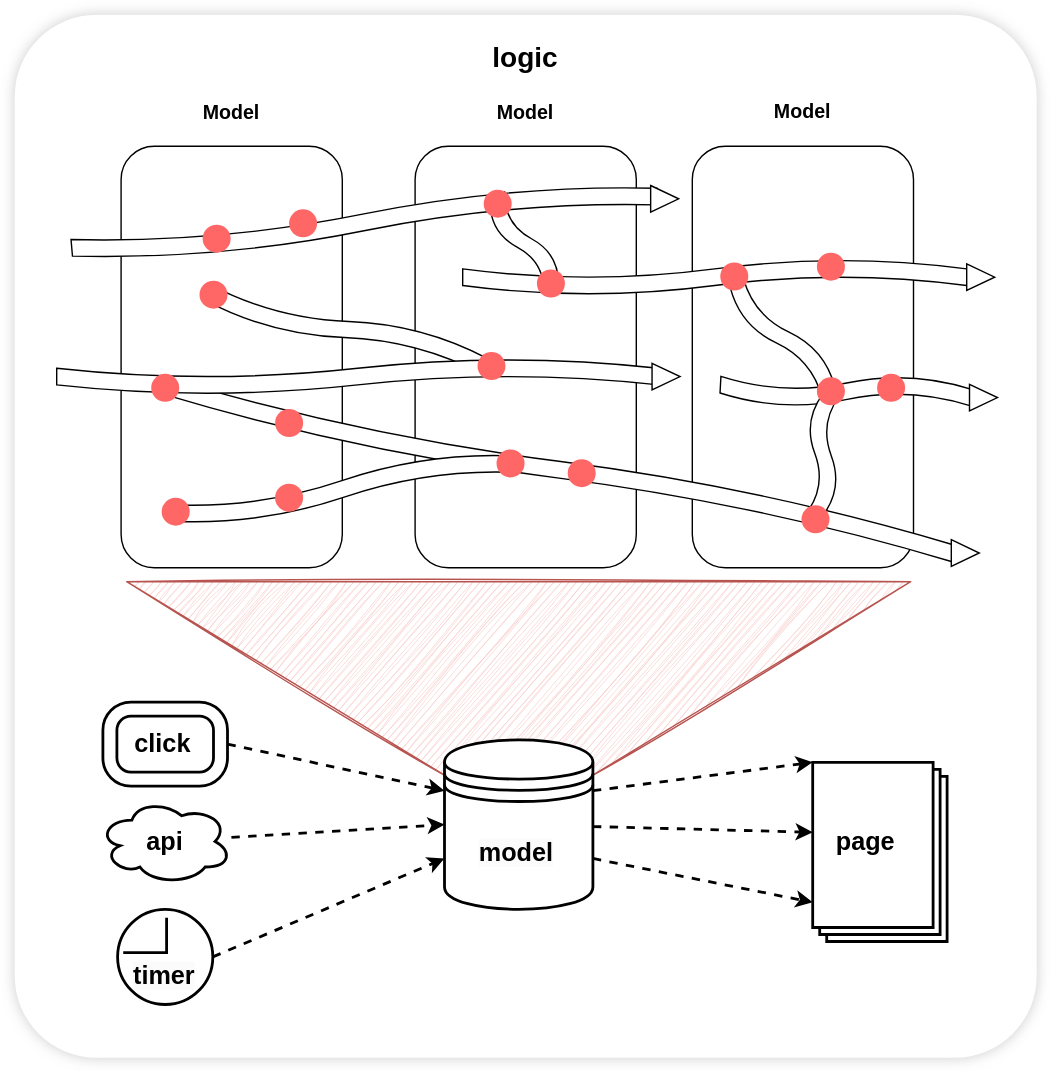
fluthjs/fluth-vue keeps this draw.io diagram as packages/public/logic-stream.drawio.svg. Above is the earlier version. Source tidied: cells renumbered, new cells last; positions are measured from the earlier drawing's top-left corner, leaving out a move shared by most shapes.
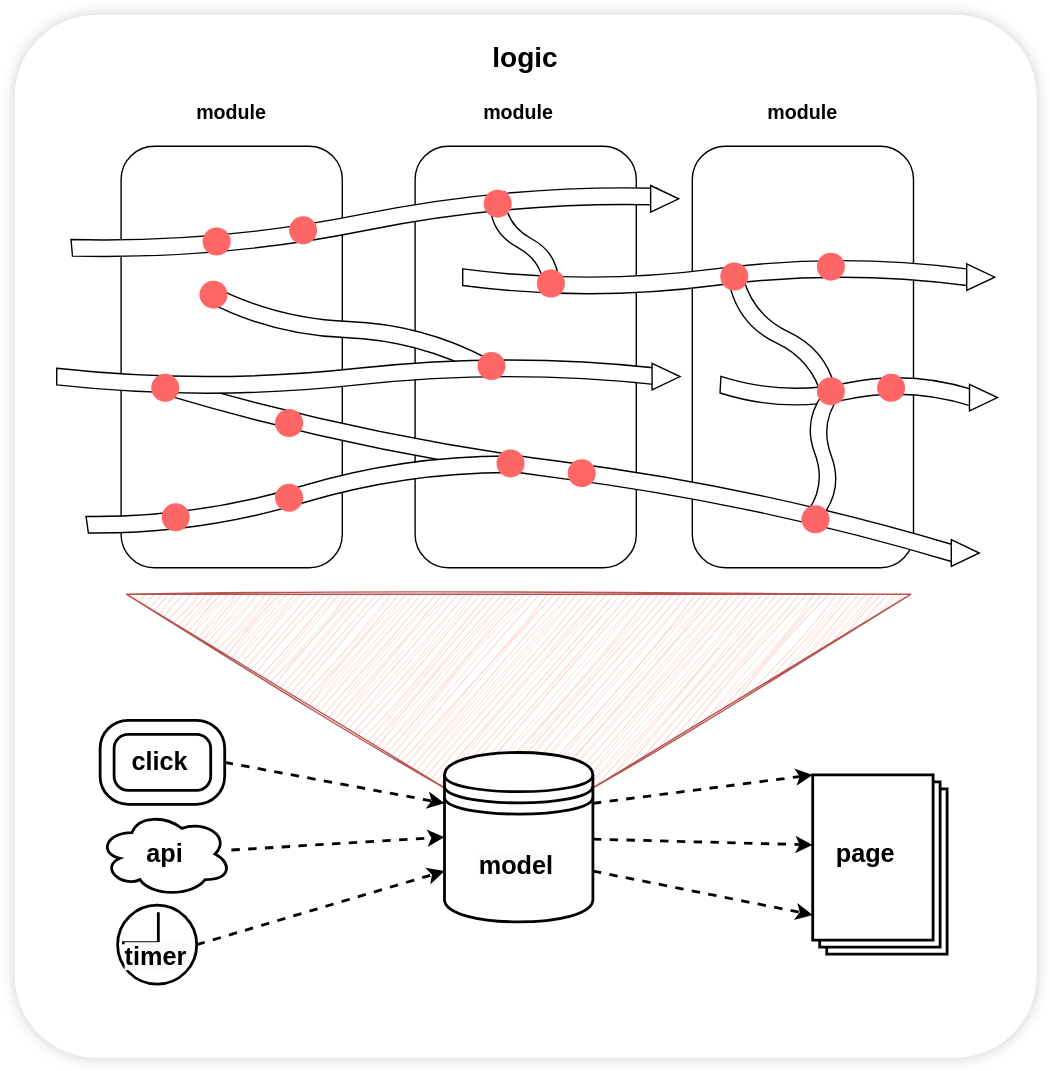
The same diagram one commit later.

Change to the diagram source:
```diff
@@ -8,14 +8,14 @@
     <mxCell id="3" value="&lt;font style=&quot;font-size: 20px;&quot;&gt;&lt;b&gt;logic&lt;/b&gt;&lt;/font&gt;" style="text;html=1;align=center;verticalAlign=middle;whiteSpace=wrap;rounded=0;fontFamily=Helvetica;fontSize=11;fontColor=default;labelBackgroundColor=default;" parent="1" vertex="1">
       <mxGeometry x="335" y="15" width="60" height="30" as="geometry" />
     </mxCell>
-    <mxCell id="4" value="&lt;b&gt;&lt;font style=&quot;font-size: 14px;&quot;&gt;Model&lt;/font&gt;&lt;/b&gt;" style="text;html=1;align=center;verticalAlign=middle;whiteSpace=wrap;rounded=0;" parent="1" vertex="1">
+    <mxCell id="4" value="&lt;b&gt;&lt;font style=&quot;font-size: 14px;&quot;&gt;module&lt;/font&gt;&lt;/b&gt;" style="text;html=1;align=center;verticalAlign=middle;whiteSpace=wrap;rounded=0;" parent="1" vertex="1">
       <mxGeometry x="125" y="55" width="60" height="30" as="geometry" />
     </mxCell>
-    <mxCell id="5" value="&lt;b&gt;&lt;font style=&quot;font-size: 14px;&quot;&gt;Model&lt;/font&gt;&lt;/b&gt;" style="text;html=1;align=center;verticalAlign=middle;whiteSpace=wrap;rounded=0;" parent="1" vertex="1">
-      <mxGeometry x="335" y="55" width="60" height="30" as="geometry" />
+    <mxCell id="5" value="&lt;b&gt;&lt;font style=&quot;font-size: 14px;&quot;&gt;module&lt;/font&gt;&lt;/b&gt;" style="text;html=1;align=center;verticalAlign=middle;whiteSpace=wrap;rounded=0;" parent="1" vertex="1">
+      <mxGeometry x="330" y="55" width="60" height="30" as="geometry" />
     </mxCell>
-    <mxCell id="6" value="&lt;b&gt;&lt;font style=&quot;font-size: 14px;&quot;&gt;Model&lt;/font&gt;&lt;/b&gt;" style="text;html=1;align=center;verticalAlign=middle;whiteSpace=wrap;rounded=0;" parent="1" vertex="1">
-      <mxGeometry x="533" y="54" width="60" height="30" as="geometry" />
+    <mxCell id="6" value="&lt;b&gt;&lt;font style=&quot;font-size: 14px;&quot;&gt;module&lt;/font&gt;&lt;/b&gt;" style="text;html=1;align=center;verticalAlign=middle;whiteSpace=wrap;rounded=0;" parent="1" vertex="1">
+      <mxGeometry x="533" y="55" width="60" height="30" as="geometry" />
     </mxCell>
     <mxCell id="7" style="rounded=1;whiteSpace=wrap;html=1;" parent="1" vertex="1">
       <mxGeometry x="484" y="94" width="158" height="301" as="geometry" />
@@ -30,13 +30,13 @@
       <mxGeometry x="100.4" y="312.5" width="576.8" height="25" as="geometry" />
     </mxCell>
     <mxCell id="11" style="shape=tape;whiteSpace=wrap;html=1;strokeWidth=1;size=0.525;rotation=352;" parent="1" vertex="1">
-      <mxGeometry x="110.1" y="326.1" width="249.9" height="25" as="geometry" />
+      <mxGeometry x="50.3" y="330.2" width="310.1" height="25" as="geometry" />
     </mxCell>
     <mxCell id="12" style="shape=waypoint;sketch=0;fillStyle=solid;size=6;fillColor=none;perimeter=centerPerimeter;strokeWidth=8;strokeColor=#FF6666;" parent="1" vertex="1">
       <mxGeometry x="344.2" y="310.5" width="20" height="20" as="geometry" />
     </mxCell>
     <mxCell id="13" style="shape=waypoint;sketch=0;fillStyle=solid;size=6;fillColor=none;perimeter=centerPerimeter;strokeWidth=8;strokeColor=#FF6666;" parent="1" vertex="1">
-      <mxGeometry x="105" y="345" width="20" height="20" as="geometry" />
+      <mxGeometry x="105" y="349" width="20" height="20" as="geometry" />
     </mxCell>
     <mxCell id="14" style="triangle;whiteSpace=wrap;html=1;" parent="1" vertex="1">
       <mxGeometry x="669" y="375" width="20" height="19" as="geometry" />
@@ -48,7 +48,7 @@
       <mxGeometry x="40" y="135.7" width="420" height="25" as="geometry" />
     </mxCell>
     <mxCell id="17" style="shape=waypoint;sketch=0;fillStyle=solid;size=6;fillColor=none;perimeter=centerPerimeter;strokeWidth=8;strokeColor=#FF6666;" parent="1" vertex="1">
-      <mxGeometry x="134.2" y="150" width="20" height="20" as="geometry" />
+      <mxGeometry x="134.2" y="152" width="20" height="20" as="geometry" />
     </mxCell>
     <mxCell id="18" style="shape=tape;whiteSpace=wrap;html=1;strokeWidth=1;size=0.525;" parent="1" vertex="1">
       <mxGeometry x="320" y="175" width="360" height="25" as="geometry" />
@@ -93,7 +93,7 @@
       <mxGeometry x="562" y="350.4" width="20" height="20" as="geometry" />
     </mxCell>
     <mxCell id="32" style="shape=waypoint;sketch=0;fillStyle=solid;size=6;fillColor=none;perimeter=centerPerimeter;strokeWidth=8;strokeColor=#FF6666;" parent="1" vertex="1">
-      <mxGeometry x="196" y="139" width="20" height="20" as="geometry" />
+      <mxGeometry x="196" y="144" width="20" height="20" as="geometry" />
     </mxCell>
     <mxCell id="33" style="shape=waypoint;sketch=0;fillStyle=solid;size=6;fillColor=none;perimeter=centerPerimeter;strokeWidth=8;strokeColor=#FF6666;" parent="1" vertex="1">
       <mxGeometry x="186" y="281.6" width="20" height="20" as="geometry" />
@@ -132,7 +132,7 @@
       <mxGeometry relative="1" as="geometry" />
     </mxCell>
     <mxCell id="45" value="&lt;font&gt;api&lt;/font&gt;" style="ellipse;shape=cloud;whiteSpace=wrap;html=1;strokeWidth=2;fontSize=18;fontStyle=1;" parent="1" vertex="1">
-      <mxGeometry x="60" y="560" width="95" height="61" as="geometry" />
+      <mxGeometry x="60" y="569" width="95" height="61" as="geometry" />
     </mxCell>
     <mxCell id="46" style="edgeStyle=none;html=1;exitX=1;exitY=0.3;exitDx=0;exitDy=0;entryX=0;entryY=0;entryDx=0;entryDy=0;entryPerimeter=0;strokeWidth=2;dashed=1;fontSize=18;fontStyle=1;" parent="1" edge="1" source="63" target="57">
       <mxGeometry relative="1" as="geometry" />
@@ -144,19 +144,19 @@
       <mxGeometry relative="1" as="geometry" />
     </mxCell>
     <mxCell id="49" style="group;strokeWidth=2;" parent="1" vertex="1">
-      <mxGeometry x="73.5" y="639" width="68" height="68" as="geometry" />
+      <mxGeometry x="73.5" y="636" width="56.5" height="59" as="geometry" />
     </mxCell>
     <mxCell id="50" style="ellipse;whiteSpace=wrap;html=1;strokeWidth=2;fontSize=18;fillColor=none;fontStyle=1;" parent="49" vertex="1">
-      <mxGeometry width="68" height="68" as="geometry" />
+      <mxGeometry width="56.5" height="56.5" as="geometry" />
     </mxCell>
     <mxCell id="51" style="shape=partialRectangle;whiteSpace=wrap;html=1;bottom=0;right=0;fillColor=none;rotation=-180;strokeWidth=2;fontSize=18;fontStyle=1;" parent="49" vertex="1">
-      <mxGeometry x="5" y="7" width="30" height="24" as="geometry" />
+      <mxGeometry x="4.2" y="6.1" width="24.9" height="20.8" as="geometry" />
     </mxCell>
     <mxCell id="52" value="&lt;span style=&quot;color: rgb(0, 0, 0); font-family: Helvetica; font-style: normal; font-variant-ligatures: normal; font-variant-caps: normal; letter-spacing: normal; orphans: 2; text-align: center; text-indent: 0px; text-transform: none; widows: 2; word-spacing: 0px; -webkit-text-stroke-width: 0px; white-space: normal; background-color: rgb(251, 251, 251); text-decoration-thickness: initial; text-decoration-style: initial; text-decoration-color: initial; float: none; display: inline !important;&quot;&gt;timer&lt;/span&gt;" style="text;whiteSpace=wrap;html=1;fillColor=none;fontSize=18;fontStyle=1;strokeWidth=2;" parent="49" vertex="1">
-      <mxGeometry x="9.5" y="31" width="55" height="29" as="geometry" />
+      <mxGeometry x="3.9" y="19.9" width="45.7" height="25.2" as="geometry" />
     </mxCell>
     <mxCell id="53" style="group;strokeWidth=2;" parent="1" vertex="1">
-      <mxGeometry x="63" y="491" width="89" height="60" as="geometry" />
+      <mxGeometry x="61" y="504" width="89" height="60" as="geometry" />
     </mxCell>
     <mxCell id="54" style="verticalLabelPosition=bottom;verticalAlign=top;html=1;shape=mxgraph.basic.rounded_frame;dx=10;whiteSpace=wrap;strokeWidth=2;fontSize=18;fontStyle=1;" parent="53" vertex="1">
       <mxGeometry width="89" height="60" as="geometry" />
@@ -165,7 +165,7 @@
       <mxGeometry x="12.5" y="15" width="60" height="30" as="geometry" />
     </mxCell>
     <mxCell id="56" style="group;strokeWidth=2;" parent="1" vertex="1">
-      <mxGeometry x="570" y="534" width="96" height="128" as="geometry" />
+      <mxGeometry x="570" y="543" width="96" height="128" as="geometry" />
     </mxCell>
     <mxCell id="57" style="verticalLabelPosition=bottom;verticalAlign=top;html=1;shape=mxgraph.basic.layered_rect;dx=10;outlineConnect=0;whiteSpace=wrap;strokeWidth=2;fontSize=18;fontStyle=1;" parent="56" vertex="1">
       <mxGeometry width="96" height="128" as="geometry" />
@@ -174,10 +174,10 @@
       <mxGeometry x="7.5" y="41.5" width="60" height="30" as="geometry" />
     </mxCell>
     <mxCell id="59" style="shape=trapezoid;perimeter=trapezoidPerimeter;whiteSpace=wrap;html=1;fixedSize=1;rotation=-180;size=230;fillColor=#f8cecc;strokeColor=#b85450;rounded=0;shadow=0;sketch=1;curveFitting=1;jiggle=2;" parent="1" vertex="1">
-      <mxGeometry x="80" y="405" width="560" height="140" as="geometry" />
+      <mxGeometry x="80" y="414" width="560" height="140" as="geometry" />
     </mxCell>
     <mxCell id="60" style="group;strokeWidth=2;" parent="1" vertex="1">
-      <mxGeometry x="307" y="518" width="106" height="121" as="geometry" />
+      <mxGeometry x="307" y="527" width="106" height="121" as="geometry" />
     </mxCell>
     <mxCell id="61" value="&lt;font&gt;mode&lt;/font&gt;" style="text;html=1;align=center;verticalAlign=middle;whiteSpace=wrap;rounded=0;fontSize=18;fontStyle=1;strokeWidth=2;" parent="60" vertex="1">
       <mxGeometry x="26.8" y="64" width="60" height="30" as="geometry" />
```
